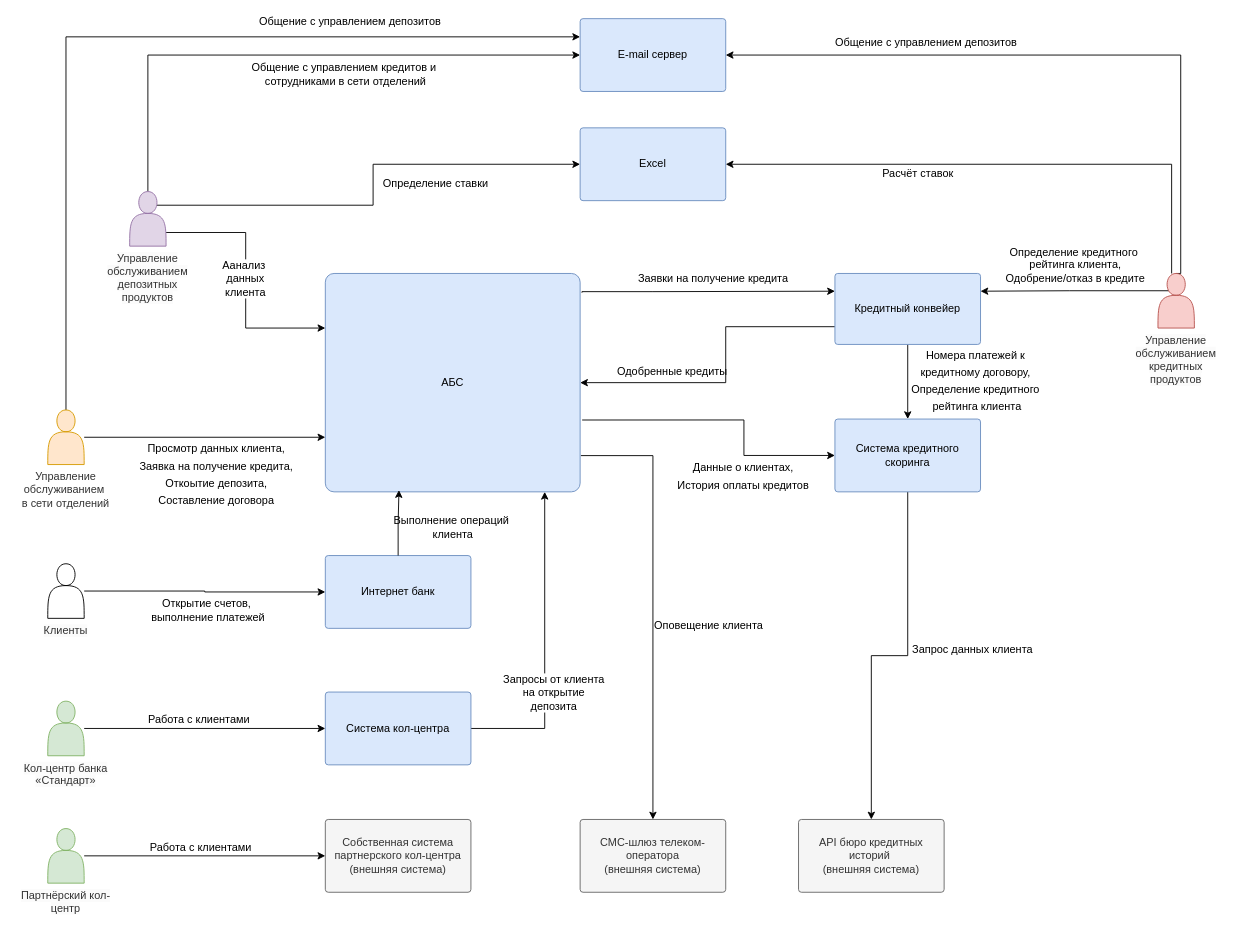
The draw.io diagram Task1/схема-интеграции-приложений.drawio in vmftov/architecture-pro-standart, before the edit. Source tidied: cells renumbered, new cells numbered last; positions are measured from the earlier drawing's top-left corner, leaving out a move shared by most shapes. Both pictures are drawn from the tidied source at 91%, with x=0, y=0 at pixel (15, 18).
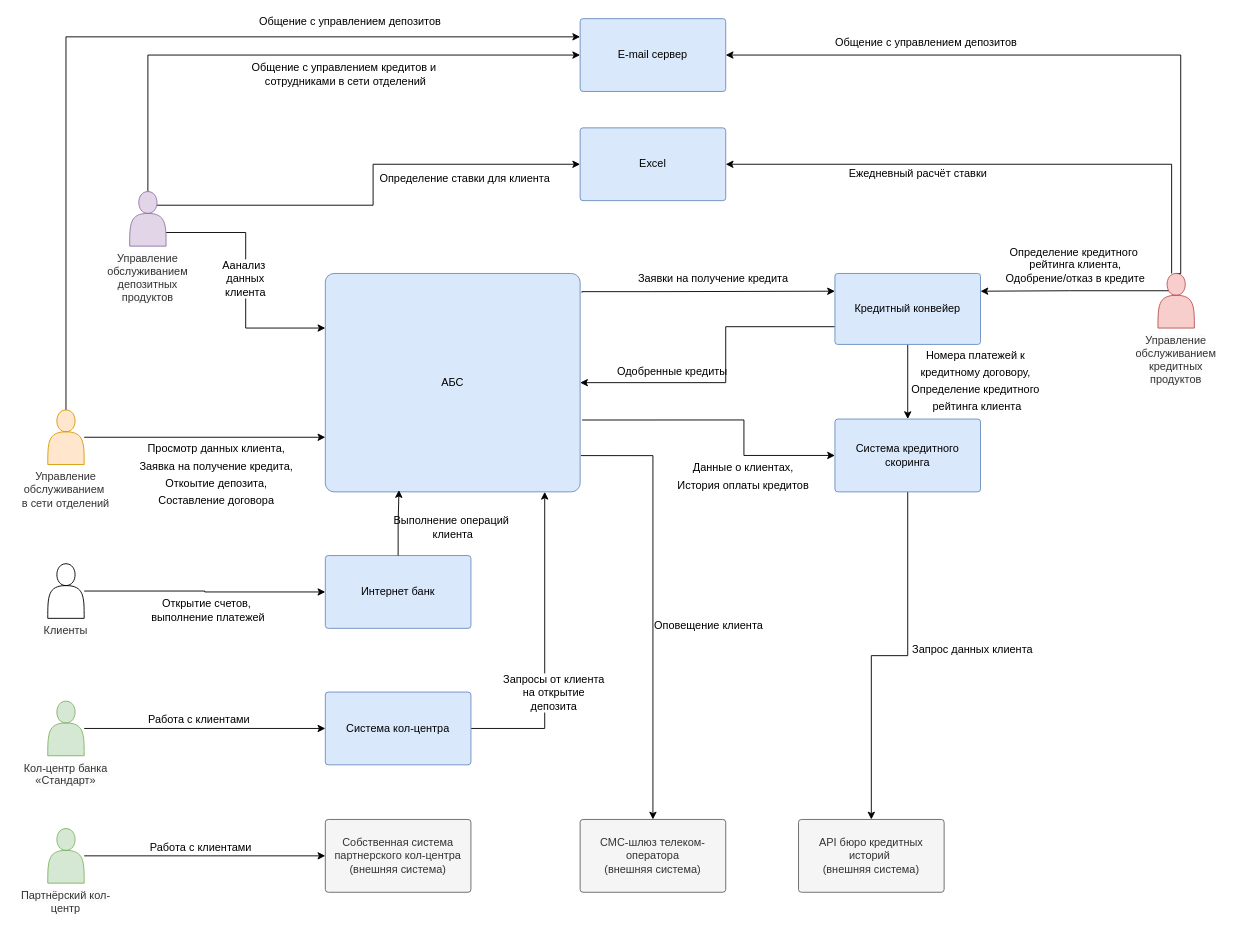
The same page after the edit.

The change refers to these unchanged cells:
```xml
<mxCell id="33" style="edgeStyle=orthogonalEdgeStyle;rounded=0;jettySize=auto;html=1;exitX=0.75;exitY=0.25;exitDx=0;exitDy=0;exitPerimeter=0;" parent="1" edge="1" source="37" target="5">
  <mxGeometry relative="1" as="geometry" />
</mxCell>
<mxCell id="41" style="edgeStyle=orthogonalEdgeStyle;rounded=0;jettySize=auto;html=1;entryX=1;entryY=0.5;entryDx=0;entryDy=0;" parent="1" edge="1" source="45" target="5">
  <mxGeometry relative="1" as="geometry">
    <Array as="points">
      <mxPoint x="1270" y="160" />
    </Array>
  </mxGeometry>
</mxCell>
```

What changed in the source:
```diff
@@
-    <mxCell id="34" value="&lt;font style=&quot;font-size: 12px;&quot;&gt;Определение ставки&lt;/font&gt;" style="edgeLabel;html=1;align=center;verticalAlign=middle;labelBackgroundColor=none;" parent="33" vertex="1">
+    <mxCell id="34" value="&lt;font style=&quot;font-size: 12px;&quot;&gt;Определение ставки для клиента&lt;/font&gt;" style="edgeLabel;html=1;align=center;verticalAlign=middle;labelBackgroundColor=none;" parent="33" vertex="1">
       <mxGeometry x="0.26" y="2" relative="1" as="geometry">
-        <mxPoint x="29" y="22" as="offset" />
+        <mxPoint x="61" y="17" as="offset" />
       </mxGeometry>
     </mxCell>
@@
-    <mxCell id="42" value="&lt;div style=&quot;line-height: 19px; white-space-collapse: preserve;&quot;&gt;&lt;font style=&quot;font-size: 12px;&quot;&gt;Расчёт ставок&lt;/font&gt;&lt;/div&gt;" style="edgeLabel;html=1;align=center;verticalAlign=middle;" parent="41" vertex="1">
+    <mxCell id="42" value="&lt;div style=&quot;line-height: 19px; white-space-collapse: preserve;&quot;&gt;&lt;font style=&quot;font-size: 12px;&quot;&gt;Ежедневный расчёт ставки&lt;/font&gt;&lt;/div&gt;" style="edgeLabel;html=1;align=center;verticalAlign=middle;" parent="41" vertex="1">
       <mxGeometry x="0.31" y="-3" relative="1" as="geometry">
         <mxPoint y="13" as="offset" />
       </mxGeometry>
     </mxCell>
```
